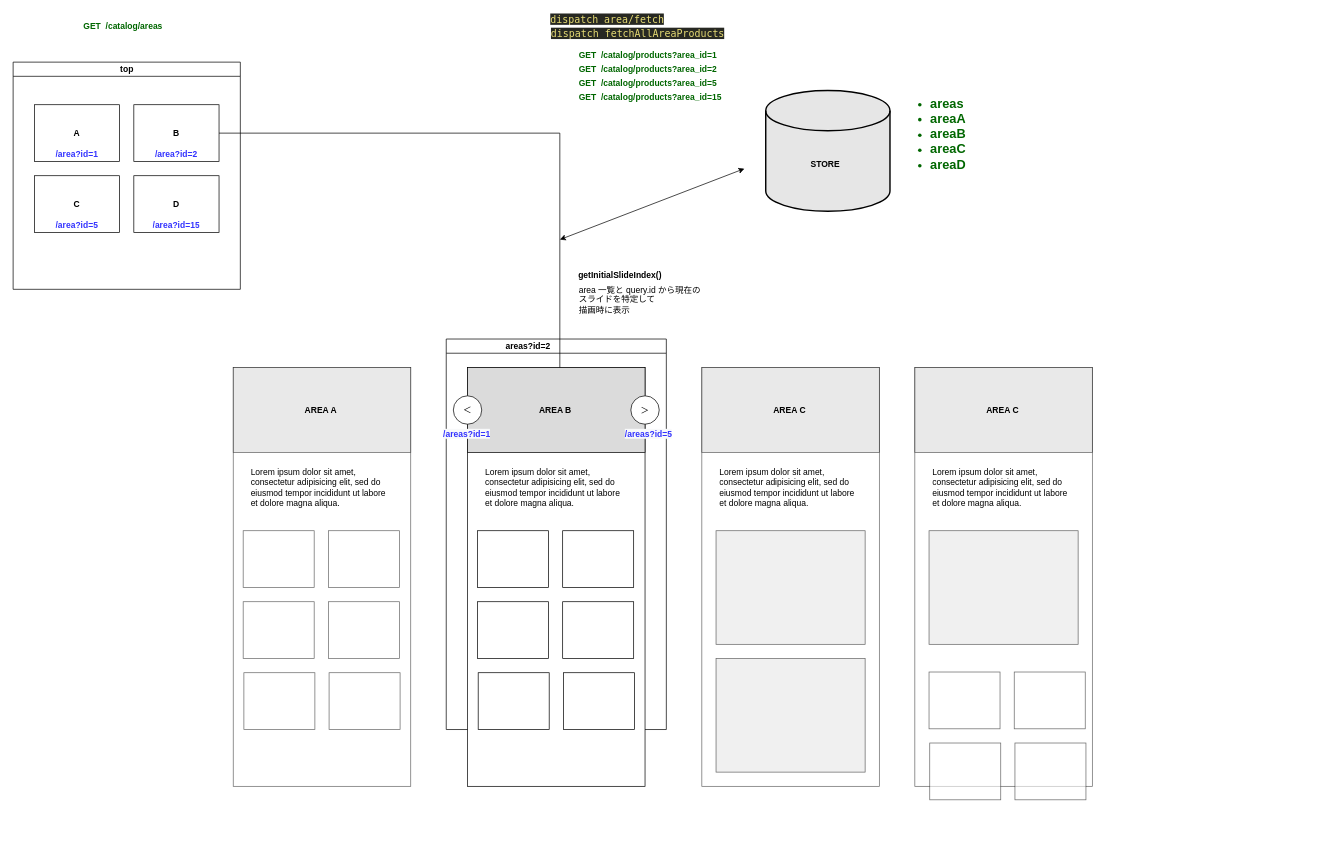
The draw.io diagram Untitled Diagram.drawio in mi-upto/book, before the edit. Source tidied: cells renumbered, new cells numbered last; positions are measured from the earlier drawing's top-left corner, leaving out a move shared by most shapes. Both pictures are drawn from the tidied source at 71%, with x=0, y=0 at pixel (13, 12).
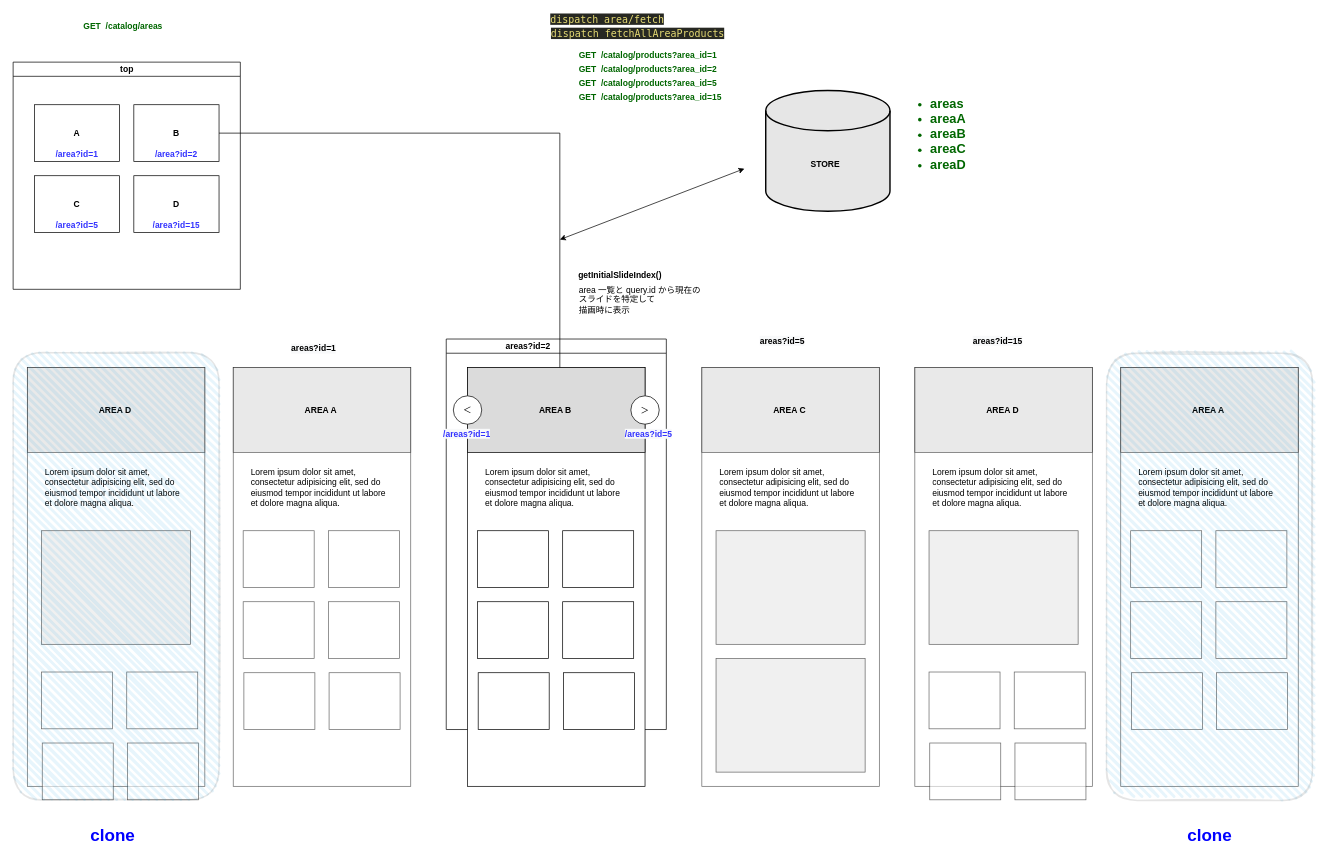
After the change.

Change to the diagram source:
```diff
@@
-    <mxCell id="53" value="AREA C" style="text;strokeColor=none;fillColor=none;align=left;verticalAlign=top;spacingLeft=4;spacingRight=4;overflow=hidden;fontStyle=1;opacity=60;" parent="1" vertex="1">
+    <mxCell id="53" value="AREA D" style="text;strokeColor=none;fillColor=none;align=left;verticalAlign=top;spacingLeft=4;spacingRight=4;overflow=hidden;fontStyle=1;opacity=60;" parent="1" vertex="1">
       <mxGeometry x="1365" y="547" width="60" height="26" as="geometry" />
     </mxCell>
@@
+    <mxCell id="68" style="whiteSpace=wrap;html=1;newEdgeStyle={&quot;edgeStyle&quot;:&quot;elbowEdgeStyle&quot;,&quot;startArrow&quot;:&quot;none&quot;,&quot;endArrow&quot;:&quot;none&quot;};opacity=60;" parent="1" vertex="1">
+      <mxGeometry x="20" y="500" width="250" height="590" as="geometry" />
+    </mxCell>
+    <mxCell id="69" value="&lt;h1&gt;&lt;br&gt;&lt;/h1&gt;&lt;p&gt;Lorem ipsum dolor sit amet, consectetur adipisicing elit, sed do eiusmod tempor incididunt ut labore et dolore magna aliqua.&lt;/p&gt;" style="text;html=1;strokeColor=none;fillColor=none;spacing=5;spacingTop=-20;whiteSpace=wrap;overflow=hidden;rounded=0;opacity=60;" parent="1" vertex="1">
+      <mxGeometry x="40" y="590" width="210" height="120" as="geometry" />
+    </mxCell>
+    <mxCell id="70" style="rounded=0;whiteSpace=wrap;html=1;fillColor=#DBDBDB;opacity=60;" parent="1" vertex="1">
+      <mxGeometry x="20" y="500" width="250" height="120" as="geometry" />
+    </mxCell>
+    <mxCell id="71" value="AREA D" style="text;strokeColor=none;fillColor=none;align=left;verticalAlign=top;spacingLeft=4;spacingRight=4;overflow=hidden;fontStyle=1;opacity=60;" parent="1" vertex="1">
+      <mxGeometry x="115" y="547" width="60" height="26" as="geometry" />
+    </mxCell>
+    <mxCell id="72" style="rounded=0;whiteSpace=wrap;html=1;fontColor=#006600;align=left;fillColor=#E6E6E6;opacity=60;" parent="1" vertex="1">
+      <mxGeometry x="40" y="730" width="210" height="160" as="geometry" />
+    </mxCell>
+    <mxCell id="73" style="rounded=0;whiteSpace=wrap;html=1;fontColor=#006600;fillColor=#ffffff;align=left;opacity=60;" parent="1" vertex="1">
+      <mxGeometry x="40" y="929" width="100" height="80" as="geometry" />
+    </mxCell>
+    <mxCell id="74" style="rounded=0;whiteSpace=wrap;html=1;fontColor=#006600;fillColor=#ffffff;align=left;opacity=60;" parent="1" vertex="1">
+      <mxGeometry x="160" y="929" width="100" height="80" as="geometry" />
+    </mxCell>
+    <mxCell id="75" style="rounded=0;whiteSpace=wrap;html=1;fontColor=#006600;fillColor=#ffffff;align=left;opacity=60;" parent="1" vertex="1">
+      <mxGeometry x="41" y="1029" width="100" height="80" as="geometry" />
+    </mxCell>
+    <mxCell id="76" style="rounded=0;whiteSpace=wrap;html=1;fontColor=#006600;fillColor=#ffffff;align=left;opacity=60;" parent="1" vertex="1">
+      <mxGeometry x="161" y="1029" width="100" height="80" as="geometry" />
+    </mxCell>
+    <mxCell id="77" style="whiteSpace=wrap;html=1;newEdgeStyle={&quot;edgeStyle&quot;:&quot;elbowEdgeStyle&quot;,&quot;startArrow&quot;:&quot;none&quot;,&quot;endArrow&quot;:&quot;none&quot;};opacity=60;labelBorderColor=none;labelBackgroundColor=none;" parent="1" vertex="1">
+      <mxGeometry x="1560" y="500" width="250" height="590" as="geometry" />
+    </mxCell>
+    <mxCell id="78" value="&lt;h1&gt;&lt;br&gt;&lt;/h1&gt;&lt;p&gt;Lorem ipsum dolor sit amet, consectetur adipisicing elit, sed do eiusmod tempor incididunt ut labore et dolore magna aliqua.&lt;/p&gt;" style="text;html=1;strokeColor=none;fillColor=none;spacing=5;spacingTop=-20;whiteSpace=wrap;overflow=hidden;rounded=0;opacity=60;labelBorderColor=none;labelBackgroundColor=none;" parent="1" vertex="1">
+      <mxGeometry x="1580" y="590" width="210" height="120" as="geometry" />
+    </mxCell>
+    <mxCell id="79" style="rounded=0;whiteSpace=wrap;html=1;fillColor=#DBDBDB;opacity=60;labelBorderColor=none;labelBackgroundColor=none;" parent="1" vertex="1">
+      <mxGeometry x="1560" y="500" width="250" height="120" as="geometry" />
+    </mxCell>
+    <mxCell id="80" value="AREA A" style="text;strokeColor=none;fillColor=none;align=left;verticalAlign=top;spacingLeft=4;spacingRight=4;overflow=hidden;fontStyle=1;opacity=60;labelBorderColor=none;labelBackgroundColor=none;" parent="1" vertex="1">
+      <mxGeometry x="1655" y="547" width="60" height="26" as="geometry" />
+    </mxCell>
+    <mxCell id="81" style="rounded=0;whiteSpace=wrap;html=1;fontColor=#006600;fillColor=#ffffff;align=left;opacity=60;labelBorderColor=none;labelBackgroundColor=none;" parent="1" vertex="1">
+      <mxGeometry x="1574" y="730" width="100" height="80" as="geometry" />
+    </mxCell>
+    <mxCell id="82" style="rounded=0;whiteSpace=wrap;html=1;fontColor=#006600;fillColor=#ffffff;align=left;opacity=60;labelBorderColor=none;labelBackgroundColor=none;" parent="1" vertex="1">
+      <mxGeometry x="1694" y="730" width="100" height="80" as="geometry" />
+    </mxCell>
+    <mxCell id="83" style="rounded=0;whiteSpace=wrap;html=1;fontColor=#006600;fillColor=#ffffff;align=left;opacity=60;labelBorderColor=none;labelBackgroundColor=none;" parent="1" vertex="1">
+      <mxGeometry x="1574" y="830" width="100" height="80" as="geometry" />
+    </mxCell>
+    <mxCell id="84" style="rounded=0;whiteSpace=wrap;html=1;fontColor=#006600;fillColor=#ffffff;align=left;opacity=60;labelBorderColor=none;labelBackgroundColor=none;" parent="1" vertex="1">
+      <mxGeometry x="1694" y="830" width="100" height="80" as="geometry" />
+    </mxCell>
+    <mxCell id="85" style="rounded=0;whiteSpace=wrap;html=1;fontColor=#006600;fillColor=#ffffff;align=left;opacity=60;labelBorderColor=none;labelBackgroundColor=none;" parent="1" vertex="1">
+      <mxGeometry x="1575" y="930" width="100" height="80" as="geometry" />
+    </mxCell>
+    <mxCell id="86" style="rounded=0;whiteSpace=wrap;html=1;fontColor=#006600;fillColor=#ffffff;align=left;opacity=60;labelBorderColor=none;labelBackgroundColor=none;" parent="1" vertex="1">
+      <mxGeometry x="1695" y="930" width="100" height="80" as="geometry" />
+    </mxCell>
+    <mxCell id="87" style="rounded=1;whiteSpace=wrap;html=1;strokeWidth=2;fillWeight=4;hachureGap=8;hachureAngle=45;fillColor=#1ba1e2;sketch=1;labelBackgroundColor=none;fontColor=#000000;opacity=10;align=left;" parent="1" vertex="1">
+      <mxGeometry x="1540" y="480" width="290" height="630" as="geometry" />
+    </mxCell>
+    <mxCell id="88" style="rounded=1;whiteSpace=wrap;html=1;strokeWidth=2;fillWeight=4;hachureGap=8;hachureAngle=45;fillColor=#1ba1e2;sketch=1;labelBackgroundColor=none;fontColor=#000000;opacity=10;align=left;" parent="1" vertex="1">
+      <mxGeometry y="479" width="290" height="630" as="geometry" />
+    </mxCell>
+    <mxCell id="89" value="&lt;font color=&quot;#0000ff&quot;&gt;clone&lt;/font&gt;" style="text;strokeColor=none;fillColor=none;html=1;fontSize=24;fontStyle=1;verticalAlign=middle;align=center;labelBackgroundColor=none;fontColor=#000000;opacity=10;" parent="1" vertex="1">
+      <mxGeometry x="90" y="1140" width="100" height="40" as="geometry" />
+    </mxCell>
+    <mxCell id="90" value="&lt;font color=&quot;#0000ff&quot;&gt;clone&lt;/font&gt;" style="text;strokeColor=none;fillColor=none;html=1;fontSize=24;fontStyle=1;verticalAlign=middle;align=center;labelBackgroundColor=none;fontColor=#000000;opacity=10;" parent="1" vertex="1">
+      <mxGeometry x="1635" y="1140" width="100" height="40" as="geometry" />
+    </mxCell>
+    <mxCell id="91" value="&lt;span style=&quot;color: rgb(0 , 0 , 0) ; font-family: &amp;#34;helvetica&amp;#34; ; font-size: 12px ; font-style: normal ; font-weight: 700 ; letter-spacing: normal ; text-align: center ; text-indent: 0px ; text-transform: none ; word-spacing: 0px ; background-color: rgb(248 , 249 , 250) ; display: inline ; float: none&quot;&gt;areas?id=1&lt;/span&gt;" style="text;whiteSpace=wrap;html=1;fontColor=#000000;" parent="1" vertex="1">
+      <mxGeometry x="390" y="460" width="170" height="30" as="geometry" />
+    </mxCell>
+    <mxCell id="92" value="&lt;span style=&quot;color: rgb(0 , 0 , 0) ; font-family: &amp;#34;helvetica&amp;#34; ; font-size: 12px ; font-style: normal ; font-weight: 700 ; letter-spacing: normal ; text-align: center ; text-indent: 0px ; text-transform: none ; word-spacing: 0px ; background-color: rgb(248 , 249 , 250) ; display: inline ; float: none&quot;&gt;areas?id=5&lt;/span&gt;" style="text;whiteSpace=wrap;html=1;fontColor=#000000;" parent="1" vertex="1">
+      <mxGeometry x="1050" y="449" width="170" height="30" as="geometry" />
+    </mxCell>
+    <mxCell id="93" value="&lt;span style=&quot;color: rgb(0 , 0 , 0) ; font-family: &amp;#34;helvetica&amp;#34; ; font-size: 12px ; font-style: normal ; font-weight: 700 ; letter-spacing: normal ; text-align: center ; text-indent: 0px ; text-transform: none ; word-spacing: 0px ; background-color: rgb(248 , 249 , 250) ; display: inline ; float: none&quot;&gt;areas?id=15&lt;/span&gt;" style="text;whiteSpace=wrap;html=1;fontColor=#000000;" parent="1" vertex="1">
+      <mxGeometry x="1350" y="449" width="170" height="30" as="geometry" />
+    </mxCell>
```
